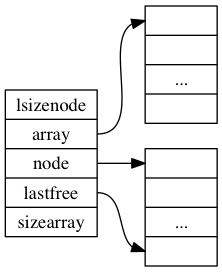
The Graphviz diagram img/Table-simple.png in yszheda/lua-table-talk, before a commit. Its source is kept beside it as img_src/Table-simple.dot.
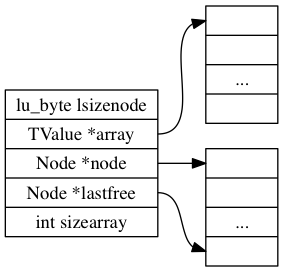
The same file after the commit.

The edit, as a diff of the source:
```diff
@@ -3,7 +3,7 @@
 rankdir = LR;
 node[shape = record];
 
-table[label = "lsizenode | <array> array | <hash> node | <lastfree> lastfree | sizearray"];
+table[label = "lu_byte lsizenode | <array> TValue *array | <hash> Node *node | <lastfree> Node *lastfree | int sizearray"];
 
 array[label = "<head> | | ... |"];
 
```
